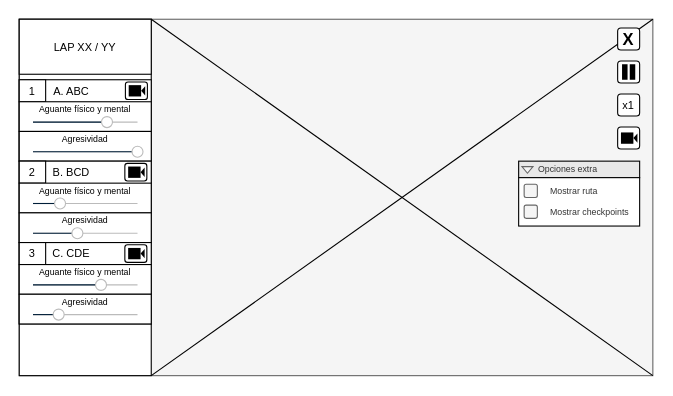
This is page "UI-During-Race-Final" (5 of 17) of diagramas/grafo-sistema.drawio from amt911/TFG-Documento, a draw.io file, before an edit. Source tidied: cells renumbered, new cells numbered last; positions are measured from the earlier drawing's top-left corner, leaving out a move shared by most shapes. Both pictures are drawn from the tidied source at 110%, with x=0, y=0 at pixel (19, 19).
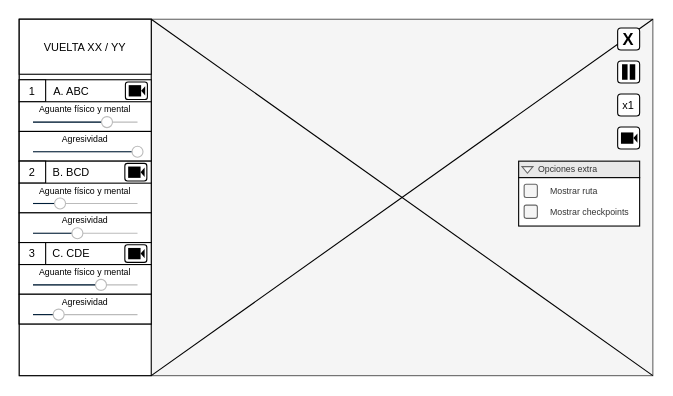
The same diagram, later.

The edit, as a diff of the source:
```diff
@@
-    <mxCell id="4" value="LAP XX / YY" style="rounded=0;whiteSpace=wrap;html=1;fontSize=10;" parent="1" vertex="1">
+    <mxCell id="4" value="VUELTA XX / YY" style="rounded=0;whiteSpace=wrap;html=1;fontSize=10;" parent="1" vertex="1">
       <mxGeometry width="120" height="50" as="geometry" />
     </mxCell>
```
